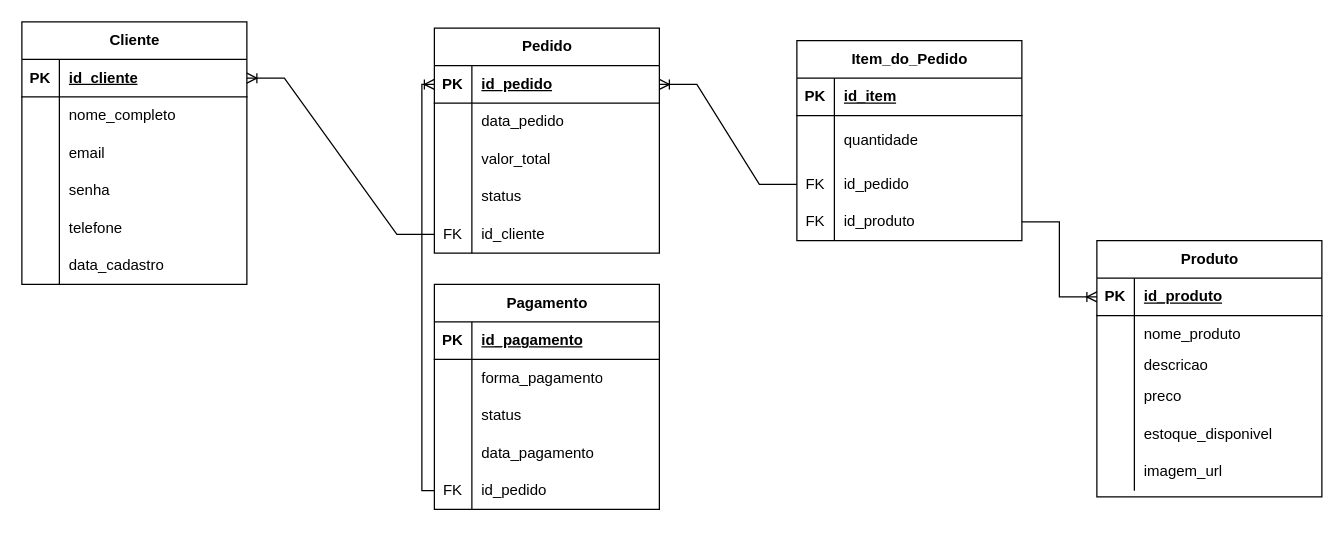
This is page "Logico - ECommerce" (5 of 6) of Modelagem/Projeto ECommerce.drawio from paulinho1502/Projeto-ECommerce, a draw.io file, before an edit. Source tidied: cells renumbered, new cells numbered last; positions are measured from the earlier drawing's top-left corner, leaving out a move shared by most shapes. Both pictures are drawn from the tidied source at 125%, with x=0, y=0 at pixel (21, 21).
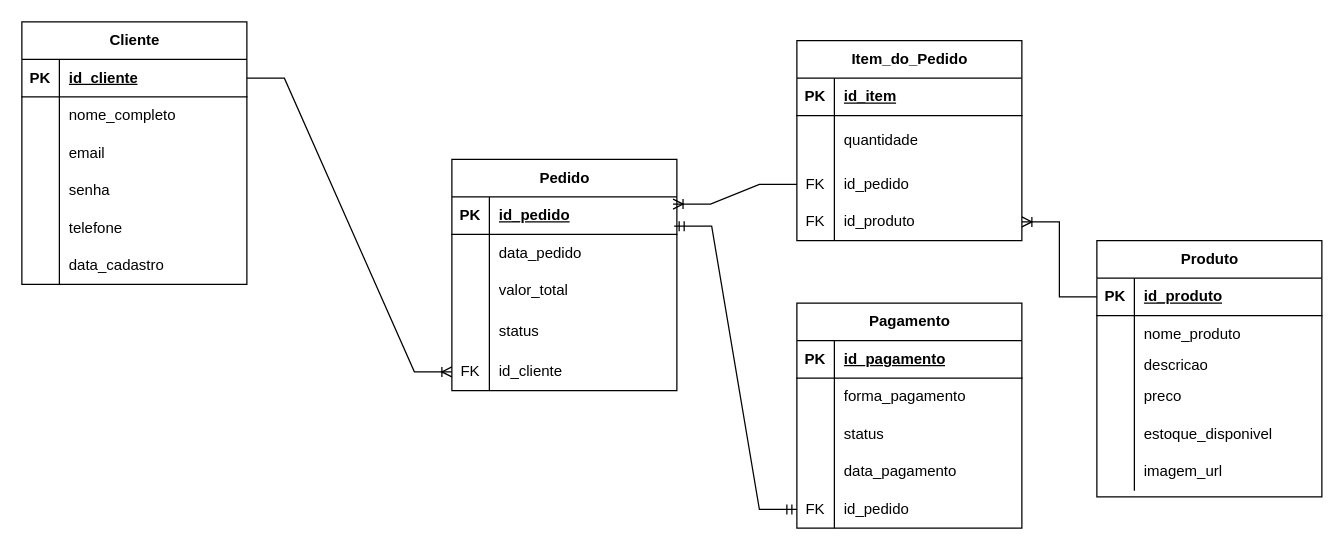
After the change.

The change refers to these unchanged cells:
```xml
<mxCell id="3" style="shape=tableRow;horizontal=0;startSize=0;swimlaneHead=0;swimlaneBody=0;fillColor=none;points=[[0,0.5],[1,0.5]];portConstraint=eastwest;top=0;left=0;right=0;bottom=1;" parent="2" vertex="1">
  <mxGeometry y="30" width="180" height="30" as="geometry" />
</mxCell>
<mxCell id="22" style="shape=tableRow;horizontal=0;startSize=0;swimlaneHead=0;swimlaneBody=0;fillColor=none;points=[[0,0.5],[1,0.5]];portConstraint=eastwest;top=0;left=0;right=0;bottom=1;" parent="21" vertex="1">
  <mxGeometry y="30" width="180" height="30" as="geometry" />
</mxCell>
<mxCell id="41" style="shape=tableRow;horizontal=0;startSize=0;swimlaneHead=0;swimlaneBody=0;fillColor=none;points=[[0,0.5],[1,0.5]];portConstraint=eastwest;top=0;left=0;right=0;bottom=1;" parent="40" vertex="1">
  <mxGeometry y="30" width="180" height="30" as="geometry" />
</mxCell>
<mxCell id="63" style="shape=tableRow;horizontal=0;startSize=0;swimlaneHead=0;swimlaneBody=0;fillColor=none;points=[[0,0.5],[1,0.5]];portConstraint=eastwest;top=0;left=0;right=0;bottom=0;" parent="56" vertex="1">
  <mxGeometry y="100" width="180" height="30" as="geometry" />
</mxCell>
<mxCell id="66" style="shape=tableRow;horizontal=0;startSize=0;swimlaneHead=0;swimlaneBody=0;fillColor=none;points=[[0,0.5],[1,0.5]];portConstraint=eastwest;top=0;left=0;right=0;bottom=0;" parent="56" vertex="1">
  <mxGeometry y="130" width="180" height="30" as="geometry" />
</mxCell>
<mxCell id="82" style="shape=tableRow;horizontal=0;startSize=0;swimlaneHead=0;swimlaneBody=0;fillColor=none;points=[[0,0.5],[1,0.5]];portConstraint=eastwest;top=0;left=0;right=0;bottom=0;" parent="69" vertex="1">
  <mxGeometry y="150" width="180" height="30" as="geometry" />
</mxCell>
```

Diff of the diagram source:
```diff
@@
     <mxCell id="40" value="Pedido" style="shape=table;startSize=30;childLayout=tableLayout;rowLines=0;fontStyle=1;align=center;html=1;" parent="1" vertex="1">
-      <mxGeometry x="330" y="5" width="180" height="180" as="geometry" />
+      <mxGeometry x="344" y="110" width="180" height="185" as="geometry" />
     </mxCell>
@@
     <mxCell id="50" style="shape=tableRow;horizontal=0;startSize=0;swimlaneHead=0;swimlaneBody=0;fillColor=none;top=0;left=0;right=0;bottom=0;" parent="40" vertex="1">
-      <mxGeometry y="120" width="180" height="30" as="geometry" />
+      <mxGeometry y="120" width="180" height="35" as="geometry" />
     </mxCell>
     <mxCell id="51" style="shape=partialRectangle;fillColor=none;top=0;left=0;bottom=0;right=0;overflow=hidden;whiteSpace=wrap;html=1;" parent="50" vertex="1">
-      <mxGeometry width="30" height="30" as="geometry" />
+      <mxGeometry width="30" height="35" as="geometry" />
     </mxCell>
     <mxCell id="52" value="status" style="shape=partialRectangle;fillColor=none;top=0;left=0;bottom=0;right=0;align=left;spacingLeft=6;overflow=hidden;whiteSpace=wrap;html=1;" parent="50" vertex="1">
-      <mxGeometry x="30" width="150" height="30" as="geometry" />
+      <mxGeometry x="30" width="150" height="35" as="geometry" />
     </mxCell>
     <mxCell id="53" style="shape=tableRow;horizontal=0;startSize=0;swimlaneHead=0;swimlaneBody=0;fillColor=none;points=[[0,0.5],[1,0.5]];portConstraint=eastwest;top=0;left=0;right=0;bottom=0;" parent="40" vertex="1">
-      <mxGeometry y="150" width="180" height="30" as="geometry" />
+      <mxGeometry y="155" width="180" height="30" as="geometry" />
     </mxCell>
@@
     <mxCell id="69" value="Pagamento" style="shape=table;startSize=30;childLayout=tableLayout;rowLines=0;fontStyle=1;align=center;html=1;" parent="1" vertex="1">
-      <mxGeometry x="330" y="210" width="180" height="180" as="geometry" />
+      <mxGeometry x="620" y="225" width="180" height="180" as="geometry" />
     </mxCell>
@@
-    <mxCell id="85" style="edgeStyle=entityRelationEdgeStyle;fontSize=12;html=1;endArrow=ERoneToMany;rounded=0;entryX=1;entryY=0.5;entryDx=0;entryDy=0;exitX=0;exitY=0.5;exitDx=0;exitDy=0;" parent="1" edge="1" source="53" target="3">
-      <mxGeometry relative="1" as="geometry">
-        <Array as="points">
-          <mxPoint x="150" y="150" />
-        </Array>
-      </mxGeometry>
-    </mxCell>
-    <mxCell id="86" style="edgeStyle=orthogonalEdgeStyle;fontSize=12;html=1;endArrow=ERoneToMany;rounded=0;exitX=0;exitY=0.5;exitDx=0;exitDy=0;entryX=0;entryY=0.5;entryDx=0;entryDy=0;" parent="1" edge="1" source="82" target="41">
-      <mxGeometry relative="1" as="geometry">
-        <Array as="points">
-          <mxPoint x="320" y="375" />
-          <mxPoint x="320" y="50" />
-        </Array>
-      </mxGeometry>
-    </mxCell>
-    <mxCell id="87" style="edgeStyle=entityRelationEdgeStyle;fontSize=12;html=1;endArrow=ERoneToMany;rounded=0;entryX=1;entryY=0.5;entryDx=0;entryDy=0;exitX=0;exitY=0.5;exitDx=0;exitDy=0;" parent="1" edge="1" source="63" target="41">
+    <mxCell id="87" style="edgeStyle=entityRelationEdgeStyle;fontSize=12;html=1;endArrow=ERoneToMany;rounded=0;entryX=0.983;entryY=0.193;entryDx=0;entryDy=0;exitX=0;exitY=0.5;exitDx=0;exitDy=0;entryPerimeter=0;" parent="1" edge="1" source="63" target="41">
       <mxGeometry relative="1" as="geometry">
         <Array as="points">
           <mxPoint x="650" y="330" />
         </Array>
       </mxGeometry>
     </mxCell>
-    <mxCell id="88" style="edgeStyle=entityRelationEdgeStyle;fontSize=12;html=1;endArrow=ERoneToMany;rounded=0;exitX=1;exitY=0.5;exitDx=0;exitDy=0;entryX=0;entryY=0.5;entryDx=0;entryDy=0;" parent="1" edge="1" source="66" target="22">
+    <mxCell id="88" style="edgeStyle=entityRelationEdgeStyle;fontSize=12;html=1;endArrow=ERoneToMany;rounded=0;exitX=0;exitY=0.5;exitDx=0;exitDy=0;entryX=1;entryY=0.5;entryDx=0;entryDy=0;" parent="1" edge="1" source="22" target="66">
       <mxGeometry relative="1" as="geometry">
         <Array as="points">
           <mxPoint x="820" y="297.5" />
         </Array>
       </mxGeometry>
     </mxCell>
+    <mxCell id="89" style="edgeStyle=entityRelationEdgeStyle;fontSize=12;html=1;endArrow=ERmandOne;startArrow=ERmandOne;rounded=0;exitX=0.988;exitY=0.78;exitDx=0;exitDy=0;exitPerimeter=0;entryX=0;entryY=0.5;entryDx=0;entryDy=0;" parent="1" edge="1" source="41" target="82">
+      <mxGeometry relative="1" as="geometry" />
+    </mxCell>
+    <mxCell id="90" style="edgeStyle=entityRelationEdgeStyle;fontSize=12;html=1;endArrow=ERoneToMany;rounded=0;exitX=1;exitY=0.5;exitDx=0;exitDy=0;entryX=0;entryY=0.5;entryDx=0;entryDy=0;" parent="1" edge="1" source="3" target="53">
+      <mxGeometry relative="1" as="geometry" />
+    </mxCell>
```
